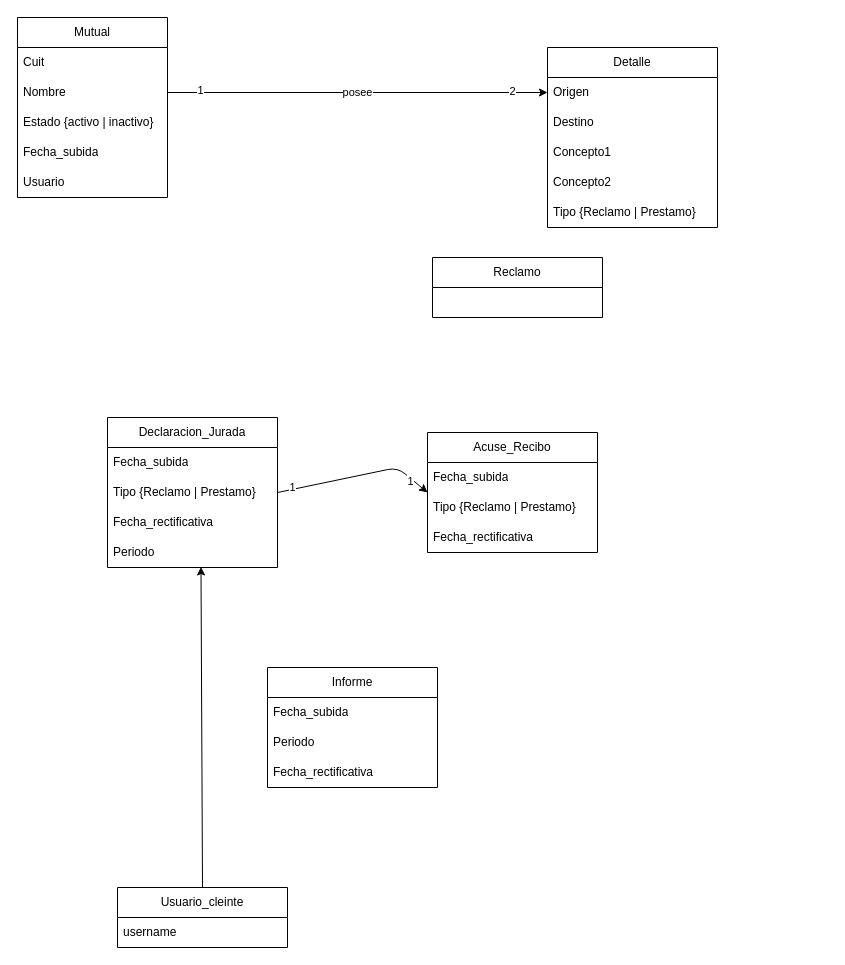
The draw.io diagram documentation/entidad-relacion.drawio in cozakoo/MutualesWeb_DjangoPython, before the edit. Source tidied: cells renumbered, new cells numbered last; positions are measured from the earlier drawing's top-left corner, leaving out a move shared by most shapes. Both pictures are drawn from the tidied source at 100%, with x=0, y=0 at pixel (17, 17).
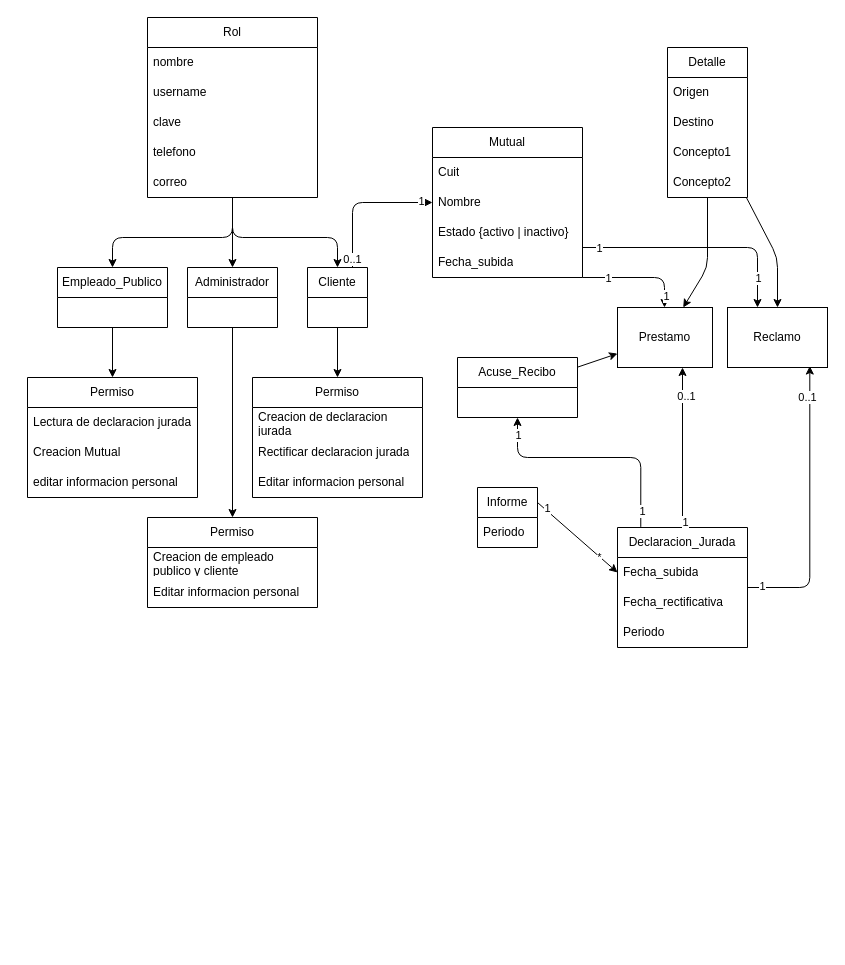
The same diagram, later.

Commit message (it also covers changes not shown here):
modelo ER actualizado

The change refers to these unchanged cells:
```xml
<mxCell id="4" value="Nombre" style="text;strokeColor=none;fillColor=none;align=left;verticalAlign=middle;spacingLeft=4;spacingRight=4;overflow=hidden;points=[[0,0.5],[1,0.5]];portConstraint=eastwest;whiteSpace=wrap;html=1;" parent="2" vertex="1">
  <mxGeometry y="60" width="150" height="30" as="geometry" />
</mxCell>
```

What changed in the source:
```diff
@@
+    <mxCell id="37" style="edgeStyle=orthogonalEdgeStyle;html=1;elbow=vertical;" parent="1" edge="1" source="2" target="36">
+      <mxGeometry relative="1" as="geometry">
+        <Array as="points">
+          <mxPoint x="740" y="230" />
+        </Array>
+      </mxGeometry>
+    </mxCell>
+    <mxCell id="38" value="1" style="edgeLabel;html=1;align=center;verticalAlign=middle;" parent="37" vertex="1">
+      <mxGeometry x="0.94" y="1" relative="1" as="geometry">
+        <mxPoint x="-1" y="-23" as="offset" />
+      </mxGeometry>
+    </mxCell>
+    <mxCell id="39" value="1" style="edgeLabel;html=1;align=center;verticalAlign=middle;" parent="37" vertex="1">
+      <mxGeometry x="-0.97" relative="1" as="geometry">
+        <mxPoint x="12" as="offset" />
+      </mxGeometry>
+    </mxCell>
     <mxCell id="2" value="Mutual" style="swimlane;fontStyle=0;horizontal=1;startSize=30;whiteSpace=wrap;html=1;" parent="1" vertex="1">
-      <mxGeometry width="150" height="180" as="geometry" />
+      <mxGeometry x="415" y="110" width="150" height="150" as="geometry" />
     </mxCell>
@@
-    <mxCell id="7" value="Usuario" style="text;strokeColor=none;fillColor=none;align=left;verticalAlign=middle;spacingLeft=4;spacingRight=4;overflow=hidden;whiteSpace=wrap;html=1;" parent="2" vertex="1">
-      <mxGeometry y="150" width="150" height="30" as="geometry" />
-    </mxCell>
+    <mxCell id="40" style="edgeStyle=none;html=1;" parent="1" edge="1" source="8" target="49">
+      <mxGeometry relative="1" as="geometry">
+        <Array as="points">
+          <mxPoint x="690" y="250" />
+        </Array>
+      </mxGeometry>
+    </mxCell>
+    <mxCell id="41" style="edgeStyle=none;html=1;" parent="1" edge="1" source="8" target="36">
+      <mxGeometry relative="1" as="geometry">
+        <Array as="points">
+          <mxPoint x="760" y="240" />
+        </Array>
+      </mxGeometry>
+    </mxCell>
     <mxCell id="8" value="Detalle" style="swimlane;fontStyle=0;horizontal=1;startSize=30;whiteSpace=wrap;html=1;" parent="1" vertex="1">
-      <mxGeometry x="530" y="30" width="170" height="180" as="geometry" />
+      <mxGeometry x="650" y="30" width="80" height="150" as="geometry" />
     </mxCell>
     <mxCell id="9" value="Origen" style="text;strokeColor=none;fillColor=none;align=left;verticalAlign=middle;spacingLeft=4;spacingRight=4;overflow=hidden;points=[[0,0.5],[1,0.5]];portConstraint=eastwest;whiteSpace=wrap;html=1;" parent="8" vertex="1">
-      <mxGeometry y="30" width="170" height="30" as="geometry" />
+      <mxGeometry y="30" width="80" height="30" as="geometry" />
     </mxCell>
     <mxCell id="10" value="Destino" style="text;strokeColor=none;fillColor=none;align=left;verticalAlign=middle;spacingLeft=4;spacingRight=4;overflow=hidden;whiteSpace=wrap;html=1;" parent="8" vertex="1">
-      <mxGeometry y="60" width="170" height="30" as="geometry" />
+      <mxGeometry y="60" width="80" height="30" as="geometry" />
     </mxCell>
     <mxCell id="11" value="Concepto1" style="text;strokeColor=none;fillColor=none;align=left;verticalAlign=middle;spacingLeft=4;spacingRight=4;overflow=hidden;whiteSpace=wrap;html=1;" parent="8" vertex="1">
-      <mxGeometry y="90" width="170" height="30" as="geometry" />
+      <mxGeometry y="90" width="80" height="30" as="geometry" />
     </mxCell>
     <mxCell id="12" value="Concepto2" style="text;strokeColor=none;fillColor=none;align=left;verticalAlign=middle;spacingLeft=4;spacingRight=4;overflow=hidden;whiteSpace=wrap;html=1;" parent="8" vertex="1">
-      <mxGeometry y="120" width="170" height="30" as="geometry" />
+      <mxGeometry y="120" width="80" height="30" as="geometry" />
     </mxCell>
-    <mxCell id="13" value="Tipo {Reclamo | Prestamo}" style="text;strokeColor=none;fillColor=none;align=left;verticalAlign=middle;spacingLeft=4;spacingRight=4;overflow=hidden;whiteSpace=wrap;html=1;" parent="8" vertex="1">
-      <mxGeometry y="150" width="170" height="30" as="geometry" />
-    </mxCell>
-    <mxCell id="14" value="posee" style="edgeStyle=none;html=1;exitX=1;exitY=0.5;exitDx=0;exitDy=0;" parent="1" edge="1" source="4" target="9">
-      <mxGeometry relative="1" as="geometry" />
-    </mxCell>
-    <mxCell id="15" value="1" style="edgeLabel;html=1;align=center;verticalAlign=middle;" parent="14" vertex="1">
-      <mxGeometry x="-0.83" y="3" relative="1" as="geometry" />
-    </mxCell>
-    <mxCell id="16" value="2" style="edgeLabel;html=1;align=center;verticalAlign=middle;" parent="14" vertex="1">
-      <mxGeometry x="0.81" y="2" relative="1" as="geometry" />
-    </mxCell>
+    <mxCell id="42" style="edgeStyle=orthogonalEdgeStyle;html=1;exitX=1;exitY=0.5;exitDx=0;exitDy=0;entryX=0.823;entryY=0.976;entryDx=0;entryDy=0;entryPerimeter=0;elbow=vertical;" parent="1" edge="1" source="17" target="36">
+      <mxGeometry relative="1" as="geometry" />
+    </mxCell>
+    <mxCell id="43" value="0..1" style="edgeLabel;html=1;align=center;verticalAlign=middle;" parent="42" vertex="1">
+      <mxGeometry x="0.78" y="3" relative="1" as="geometry" />
+    </mxCell>
+    <mxCell id="44" value="1" style="edgeLabel;html=1;align=center;verticalAlign=middle;" parent="42" vertex="1">
+      <mxGeometry x="-0.9" y="2" relative="1" as="geometry" />
+    </mxCell>
     <mxCell id="17" value="Declaracion_Jurada" style="swimlane;fontStyle=0;horizontal=1;startSize=30;whiteSpace=wrap;html=1;" parent="1" vertex="1">
-      <mxGeometry x="90" y="400" width="170" height="150" as="geometry" />
+      <mxGeometry x="600" y="510" width="130" height="120" as="geometry" />
     </mxCell>
     <mxCell id="18" value="Fecha_subida" style="text;strokeColor=none;fillColor=none;align=left;verticalAlign=middle;spacingLeft=4;spacingRight=4;overflow=hidden;points=[[0,0.5],[1,0.5]];portConstraint=eastwest;whiteSpace=wrap;html=1;" parent="17" vertex="1">
-      <mxGeometry y="30" width="170" height="30" as="geometry" />
+      <mxGeometry y="30" width="130" height="30" as="geometry" />
     </mxCell>
-    <mxCell id="19" value="Tipo {Reclamo | Prestamo}" style="text;strokeColor=none;fillColor=none;align=left;verticalAlign=middle;spacingLeft=4;spacingRight=4;overflow=hidden;points=[[0,0.5],[1,0.5]];portConstraint=eastwest;whiteSpace=wrap;html=1;" parent="17" vertex="1">
-      <mxGeometry y="60" width="170" height="30" as="geometry" />
-    </mxCell>
     <mxCell id="20" value="Fecha_rectificativa" style="text;strokeColor=none;fillColor=none;align=left;verticalAlign=middle;spacingLeft=4;spacingRight=4;overflow=hidden;whiteSpace=wrap;html=1;" parent="17" vertex="1">
-      <mxGeometry y="90" width="170" height="30" as="geometry" />
+      <mxGeometry y="60" width="130" height="30" as="geometry" />
     </mxCell>
     <mxCell id="21" value="Periodo" style="text;strokeColor=none;fillColor=none;align=left;verticalAlign=middle;spacingLeft=4;spacingRight=4;overflow=hidden;points=[[0,0.5],[1,0.5]];portConstraint=eastwest;whiteSpace=wrap;html=1;" parent="17" vertex="1">
-      <mxGeometry y="120" width="170" height="30" as="geometry" />
+      <mxGeometry y="90" width="130" height="30" as="geometry" />
     </mxCell>
+    <mxCell id="45" style="edgeStyle=none;html=1;" parent="1" edge="1" source="22" target="49">
+      <mxGeometry relative="1" as="geometry" />
+    </mxCell>
     <mxCell id="22" value="Acuse_Recibo" style="swimlane;fontStyle=0;horizontal=1;startSize=30;whiteSpace=wrap;html=1;" parent="1" vertex="1">
-      <mxGeometry x="410" y="415" width="170" height="120" as="geometry" />
+      <mxGeometry x="440" y="340" width="120" height="60" as="geometry" />
     </mxCell>
-    <mxCell id="23" value="Fecha_subida" style="text;strokeColor=none;fillColor=none;align=left;verticalAlign=middle;spacingLeft=4;spacingRight=4;overflow=hidden;whiteSpace=wrap;html=1;" parent="22" vertex="1">
-      <mxGeometry y="30" width="170" height="30" as="geometry" />
-    </mxCell>
-    <mxCell id="24" value="Tipo {Reclamo | Prestamo}" style="text;strokeColor=none;fillColor=none;align=left;verticalAlign=middle;spacingLeft=4;spacingRight=4;overflow=hidden;whiteSpace=wrap;html=1;" parent="22" vertex="1">
-      <mxGeometry y="60" width="170" height="30" as="geometry" />
-    </mxCell>
-    <mxCell id="25" value="Fecha_rectificativa" style="text;strokeColor=none;fillColor=none;align=left;verticalAlign=middle;spacingLeft=4;spacingRight=4;overflow=hidden;whiteSpace=wrap;html=1;" parent="22" vertex="1">
-      <mxGeometry y="90" width="170" height="30" as="geometry" />
-    </mxCell>
-    <mxCell id="26" style="edgeStyle=none;html=1;exitX=1;exitY=0.5;exitDx=0;exitDy=0;entryX=0;entryY=0.5;entryDx=0;entryDy=0;" parent="1" edge="1" source="19" target="22">
-      <mxGeometry relative="1" as="geometry">
-        <Array as="points">
-          <mxPoint x="380" y="450" />
-        </Array>
-      </mxGeometry>
-    </mxCell>
-    <mxCell id="27" value="1" style="edgeLabel;html=1;align=center;verticalAlign=middle;" parent="26" vertex="1">
-      <mxGeometry x="0.74" y="-2" relative="1" as="geometry" />
-    </mxCell>
-    <mxCell id="28" value="1" style="edgeLabel;html=1;align=center;verticalAlign=middle;" parent="26" vertex="1">
-      <mxGeometry x="-0.82" y="2" relative="1" as="geometry" />
-    </mxCell>
+    <mxCell id="46" style="edgeStyle=none;html=1;exitX=1;exitY=0.25;exitDx=0;exitDy=0;entryX=0;entryY=0.5;entryDx=0;entryDy=0;" parent="1" edge="1" source="29" target="18">
+      <mxGeometry relative="1" as="geometry" />
+    </mxCell>
+    <mxCell id="47" value="*" style="edgeLabel;html=1;align=center;verticalAlign=middle;" parent="46" vertex="1">
+      <mxGeometry x="0.55" y="-1" relative="1" as="geometry" />
+    </mxCell>
+    <mxCell id="48" value="1" style="edgeLabel;html=1;align=center;verticalAlign=middle;" parent="46" vertex="1">
+      <mxGeometry x="-0.8" y="2" relative="1" as="geometry" />
+    </mxCell>
     <mxCell id="29" value="Informe" style="swimlane;fontStyle=0;horizontal=1;startSize=30;whiteSpace=wrap;html=1;" parent="1" vertex="1">
-      <mxGeometry x="250" y="650" width="170" height="120" as="geometry" />
+      <mxGeometry x="460" y="470" width="60" height="60" as="geometry" />
     </mxCell>
-    <mxCell id="30" value="Fecha_subida" style="text;strokeColor=none;fillColor=none;align=left;verticalAlign=middle;spacingLeft=4;spacingRight=4;overflow=hidden;whiteSpace=wrap;html=1;" parent="29" vertex="1">
-      <mxGeometry y="30" width="170" height="30" as="geometry" />
-    </mxCell>
     <mxCell id="31" value="Periodo" style="text;strokeColor=none;fillColor=none;align=left;verticalAlign=middle;spacingLeft=4;spacingRight=4;overflow=hidden;whiteSpace=wrap;html=1;" parent="29" vertex="1">
-      <mxGeometry y="60" width="170" height="30" as="geometry" />
+      <mxGeometry y="30" width="60" height="30" as="geometry" />
     </mxCell>
-    <mxCell id="32" value="Fecha_rectificativa" style="text;strokeColor=none;fillColor=none;align=left;verticalAlign=middle;spacingLeft=4;spacingRight=4;overflow=hidden;whiteSpace=wrap;html=1;" parent="29" vertex="1">
-      <mxGeometry y="90" width="170" height="30" as="geometry" />
-    </mxCell>
-    <mxCell id="33" style="edgeStyle=none;html=1;exitX=0.5;exitY=0;exitDx=0;exitDy=0;entryX=0.55;entryY=0.983;entryDx=0;entryDy=0;entryPerimeter=0;" parent="1" edge="1" source="34" target="21">
-      <mxGeometry relative="1" as="geometry" />
-    </mxCell>
-    <mxCell id="34" value="Usuario_cleinte" style="swimlane;fontStyle=0;horizontal=1;startSize=30;whiteSpace=wrap;html=1;" parent="1" vertex="1">
-      <mxGeometry x="100" y="870" width="170" height="60" as="geometry" />
-    </mxCell>
+    <mxCell id="36" value="Reclamo" style="whiteSpace=wrap;html=1;fontStyle=0;startSize=30;" parent="1" vertex="1">
+      <mxGeometry x="710" y="290" width="100" height="60" as="geometry" />
+    </mxCell>
+    <mxCell id="49" value="Prestamo" style="whiteSpace=wrap;html=1;fontStyle=0;startSize=30;" parent="1" vertex="1">
+      <mxGeometry x="600" y="290" width="95" height="60" as="geometry" />
+    </mxCell>
+    <mxCell id="50" style="edgeStyle=orthogonalEdgeStyle;html=1;exitX=0.5;exitY=0;exitDx=0;exitDy=0;" parent="1" edge="1" source="17" target="49">
+      <mxGeometry relative="1" as="geometry">
+        <Array as="points">
+          <mxPoint x="690" y="300" />
+        </Array>
+      </mxGeometry>
+    </mxCell>
+    <mxCell id="51" value="0..1" style="edgeLabel;html=1;align=center;verticalAlign=middle;" parent="50" vertex="1">
+      <mxGeometry x="0.89" y="-3" relative="1" as="geometry">
+        <mxPoint y="19" as="offset" />
+      </mxGeometry>
+    </mxCell>
+    <mxCell id="52" value="1" style="edgeLabel;html=1;align=center;verticalAlign=middle;" parent="50" vertex="1">
+      <mxGeometry x="-0.93" y="-2" relative="1" as="geometry" />
+    </mxCell>
+    <mxCell id="53" style="edgeStyle=orthogonalEdgeStyle;html=1;exitX=0.179;exitY=-0.005;exitDx=0;exitDy=0;exitPerimeter=0;" parent="1" edge="1" source="17" target="22">
+      <mxGeometry relative="1" as="geometry">
+        <Array as="points">
+          <mxPoint x="623" y="440" />
+        </Array>
+      </mxGeometry>
+    </mxCell>
+    <mxCell id="54" value="1" style="edgeLabel;html=1;align=center;verticalAlign=middle;" parent="53" vertex="1">
+      <mxGeometry x="0.85" relative="1" as="geometry" />
+    </mxCell>
+    <mxCell id="55" value="1" style="edgeLabel;html=1;align=center;verticalAlign=middle;" parent="53" vertex="1">
+      <mxGeometry x="-0.86" y="-1" relative="1" as="geometry" />
+    </mxCell>
+    <mxCell id="56" style="edgeStyle=orthogonalEdgeStyle;html=1;exitX=0.5;exitY=1;exitDx=0;exitDy=0;entryX=0.5;entryY=0;entryDx=0;entryDy=0;" parent="1" edge="1" source="57" target="77">
+      <mxGeometry relative="1" as="geometry" />
+    </mxCell>
+    <mxCell id="57" value="Empleado_Publico" style="swimlane;fontStyle=0;horizontal=1;startSize=30;whiteSpace=wrap;html=1;" parent="1" vertex="1">
+      <mxGeometry x="40" y="250" width="110" height="60" as="geometry" />
+    </mxCell>
+    <mxCell id="58" style="edgeStyle=none;html=1;exitX=0.5;exitY=1;exitDx=0;exitDy=0;elbow=vertical;" parent="1" edge="1" source="59" target="81">
+      <mxGeometry relative="1" as="geometry" />
+    </mxCell>
+    <mxCell id="59" value="Administrador" style="swimlane;fontStyle=0;horizontal=1;startSize=30;whiteSpace=wrap;html=1;" parent="1" vertex="1">
+      <mxGeometry x="170" y="250" width="90" height="60" as="geometry" />
+    </mxCell>
+    <mxCell id="60" style="edgeStyle=none;html=1;exitX=0.5;exitY=1;exitDx=0;exitDy=0;elbow=vertical;" parent="1" edge="1" source="64" target="73">
+      <mxGeometry relative="1" as="geometry" />
+    </mxCell>
+    <mxCell id="61" style="edgeStyle=elbowEdgeStyle;html=1;exitX=0.75;exitY=0;exitDx=0;exitDy=0;entryX=0;entryY=0.5;entryDx=0;entryDy=0;" parent="1" edge="1" source="64" target="4">
+      <mxGeometry relative="1" as="geometry">
+        <Array as="points">
+          <mxPoint x="335" y="170" />
+        </Array>
+      </mxGeometry>
+    </mxCell>
+    <mxCell id="62" value="1" style="edgeLabel;html=1;align=center;verticalAlign=middle;" parent="61" vertex="1">
+      <mxGeometry x="0.83" y="2" relative="1" as="geometry" />
+    </mxCell>
+    <mxCell id="63" value="0..1" style="edgeLabel;html=1;align=center;verticalAlign=middle;" parent="61" vertex="1">
+      <mxGeometry x="-0.87" y="1" relative="1" as="geometry" />
+    </mxCell>
+    <mxCell id="64" value="Cliente" style="swimlane;fontStyle=0;horizontal=1;startSize=30;whiteSpace=wrap;html=1;" parent="1" vertex="1">
+      <mxGeometry x="290" y="250" width="60" height="60" as="geometry" />
+    </mxCell>
+    <mxCell id="65" style="edgeStyle=orthogonalEdgeStyle;html=1;elbow=vertical;" parent="1" edge="1" source="68" target="57">
+      <mxGeometry relative="1" as="geometry">
+        <Array as="points">
+          <mxPoint x="215" y="220" />
+          <mxPoint x="95" y="220" />
+        </Array>
+      </mxGeometry>
+    </mxCell>
+    <mxCell id="66" style="edgeStyle=orthogonalEdgeStyle;html=1;elbow=vertical;" parent="1" edge="1" source="68" target="64">
+      <mxGeometry relative="1" as="geometry">
+        <Array as="points">
+          <mxPoint x="215" y="220" />
+          <mxPoint x="320" y="220" />
+        </Array>
+      </mxGeometry>
+    </mxCell>
+    <mxCell id="67" style="edgeStyle=orthogonalEdgeStyle;html=1;entryX=0.5;entryY=0;entryDx=0;entryDy=0;elbow=vertical;" parent="1" edge="1" source="68" target="59">
+      <mxGeometry relative="1" as="geometry" />
+    </mxCell>
+    <mxCell id="68" value="Rol" style="swimlane;fontStyle=0;horizontal=1;startSize=30;whiteSpace=wrap;html=1;" parent="1" vertex="1">
+      <mxGeometry x="130" width="170" height="180" as="geometry" />
+    </mxCell>
+    <mxCell id="69" value="nombre" style="text;strokeColor=none;fillColor=none;align=left;verticalAlign=middle;spacingLeft=4;spacingRight=4;overflow=hidden;whiteSpace=wrap;html=1;" parent="68" vertex="1">
+      <mxGeometry y="30" width="170" height="30" as="geometry" />
+    </mxCell>
-    <mxCell id="35" value="username" style="text;strokeColor=none;fillColor=none;align=left;verticalAlign=middle;spacingLeft=4;spacingRight=4;overflow=hidden;whiteSpace=wrap;html=1;" parent="34" vertex="1">
-      <mxGeometry y="30" width="170" height="30" as="geometry" />
+    <mxCell id="35" value="username" style="text;strokeColor=none;fillColor=none;align=left;verticalAlign=middle;spacingLeft=4;spacingRight=4;overflow=hidden;whiteSpace=wrap;html=1;" parent="68" vertex="1">
+      <mxGeometry y="60" width="170" height="30" as="geometry" />
     </mxCell>
-    <mxCell id="36" value="Reclamo" style="swimlane;fontStyle=0;horizontal=1;startSize=30;whiteSpace=wrap;html=1;" parent="1" vertex="1">
-      <mxGeometry x="415" y="240" width="170" height="60" as="geometry" />
-    </mxCell>
+    <mxCell id="70" value="clave" style="text;strokeColor=none;fillColor=none;align=left;verticalAlign=middle;spacingLeft=4;spacingRight=4;overflow=hidden;whiteSpace=wrap;html=1;" parent="68" vertex="1">
+      <mxGeometry y="90" width="170" height="30" as="geometry" />
+    </mxCell>
+    <mxCell id="71" value="telefono" style="text;strokeColor=none;fillColor=none;align=left;verticalAlign=middle;spacingLeft=4;spacingRight=4;overflow=hidden;whiteSpace=wrap;html=1;" parent="68" vertex="1">
+      <mxGeometry y="120" width="170" height="30" as="geometry" />
+    </mxCell>
+    <mxCell id="72" value="correo" style="text;strokeColor=none;fillColor=none;align=left;verticalAlign=middle;spacingLeft=4;spacingRight=4;overflow=hidden;whiteSpace=wrap;html=1;" parent="68" vertex="1">
+      <mxGeometry y="150" width="170" height="30" as="geometry" />
+    </mxCell>
+    <mxCell id="73" value="Permiso" style="swimlane;fontStyle=0;horizontal=1;startSize=30;whiteSpace=wrap;html=1;" parent="1" vertex="1">
+      <mxGeometry x="235" y="360" width="170" height="120" as="geometry" />
+    </mxCell>
+    <mxCell id="74" value="Creacion de declaracion jurada" style="text;strokeColor=none;fillColor=none;align=left;verticalAlign=middle;spacingLeft=4;spacingRight=4;overflow=hidden;whiteSpace=wrap;html=1;" parent="73" vertex="1">
+      <mxGeometry y="30" width="170" height="30" as="geometry" />
+    </mxCell>
+    <mxCell id="75" value="Rectificar declaracion jurada" style="text;strokeColor=none;fillColor=none;align=left;verticalAlign=middle;spacingLeft=4;spacingRight=4;overflow=hidden;whiteSpace=wrap;html=1;" parent="73" vertex="1">
+      <mxGeometry y="60" width="170" height="30" as="geometry" />
+    </mxCell>
+    <mxCell id="76" value="Editar informacion personal" style="text;strokeColor=none;fillColor=none;align=left;verticalAlign=middle;spacingLeft=4;spacingRight=4;overflow=hidden;whiteSpace=wrap;html=1;" parent="73" vertex="1">
+      <mxGeometry y="90" width="170" height="30" as="geometry" />
+    </mxCell>
+    <mxCell id="77" value="Permiso" style="swimlane;fontStyle=0;horizontal=1;startSize=30;whiteSpace=wrap;html=1;" parent="1" vertex="1">
+      <mxGeometry x="10" y="360" width="170" height="120" as="geometry" />
+    </mxCell>
+    <mxCell id="78" value="Lectura de declaracion jurada" style="text;strokeColor=none;fillColor=none;align=left;verticalAlign=middle;spacingLeft=4;spacingRight=4;overflow=hidden;whiteSpace=wrap;html=1;" parent="77" vertex="1">
+      <mxGeometry y="30" width="170" height="30" as="geometry" />
+    </mxCell>
+    <mxCell id="79" value="Creacion Mutual" style="text;strokeColor=none;fillColor=none;align=left;verticalAlign=middle;spacingLeft=4;spacingRight=4;overflow=hidden;whiteSpace=wrap;html=1;" parent="77" vertex="1">
+      <mxGeometry y="60" width="170" height="30" as="geometry" />
+    </mxCell>
+    <mxCell id="80" value="editar informacion personal" style="text;strokeColor=none;fillColor=none;align=left;verticalAlign=middle;spacingLeft=4;spacingRight=4;overflow=hidden;whiteSpace=wrap;html=1;" parent="77" vertex="1">
+      <mxGeometry y="90" width="170" height="30" as="geometry" />
+    </mxCell>
+    <mxCell id="81" value="Permiso" style="swimlane;fontStyle=0;horizontal=1;startSize=30;whiteSpace=wrap;html=1;" parent="1" vertex="1">
+      <mxGeometry x="130" y="500" width="170" height="90" as="geometry" />
+    </mxCell>
+    <mxCell id="82" value="Creacion de empleado publico y cliente" style="text;strokeColor=none;fillColor=none;align=left;verticalAlign=middle;spacingLeft=4;spacingRight=4;overflow=hidden;whiteSpace=wrap;html=1;" parent="81" vertex="1">
+      <mxGeometry y="30" width="170" height="30" as="geometry" />
+    </mxCell>
+    <mxCell id="83" value="Editar informacion personal" style="text;strokeColor=none;fillColor=none;align=left;verticalAlign=middle;spacingLeft=4;spacingRight=4;overflow=hidden;whiteSpace=wrap;html=1;" parent="81" vertex="1">
+      <mxGeometry y="60" width="170" height="30" as="geometry" />
+    </mxCell>
+    <mxCell id="84" style="edgeStyle=orthogonalEdgeStyle;html=1;elbow=vertical;" parent="1" edge="1" source="2" target="49">
+      <mxGeometry relative="1" as="geometry">
+        <Array as="points">
+          <mxPoint x="550" y="260" />
+          <mxPoint x="647" y="260" />
+        </Array>
+      </mxGeometry>
+    </mxCell>
+    <mxCell id="85" value="1" style="edgeLabel;html=1;align=center;verticalAlign=middle;" parent="84" vertex="1">
+      <mxGeometry x="-0.93" y="-1" relative="1" as="geometry">
+        <mxPoint x="21" y="-1" as="offset" />
+      </mxGeometry>
+    </mxCell>
+    <mxCell id="86" value="1" style="edgeLabel;html=1;align=center;verticalAlign=middle;" parent="84" vertex="1">
+      <mxGeometry x="0.79" y="1" relative="1" as="geometry" />
+    </mxCell>
```
